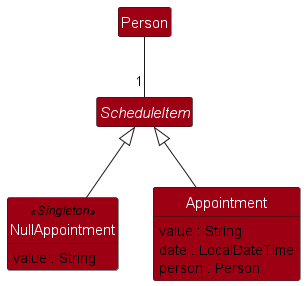
Above: docs/images/ScheduleItemClassDiagram.png in nus-cs2103-AY2324S1/tp (PlantUML), before the change.
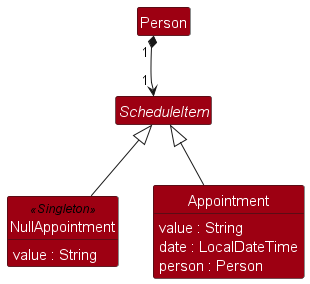
After the change.

Commit message:
Add DG use cases and minor changes

The edit, as a diff of the source:
```diff
@@ -23,7 +23,9 @@
 Appointment -up-|> ScheduleItem
 NullAppointment -up-|> ScheduleItem
 
-Person -down- "1" ScheduleItem
+Person "1" *-down-> "1" ScheduleItem
+Person -[hidden]down-> NullAppointment
+Person -[hidden]down-> ScheduleItem
 Appointment -[hidden]left-> NullAppointment
 
 @enduml
```
